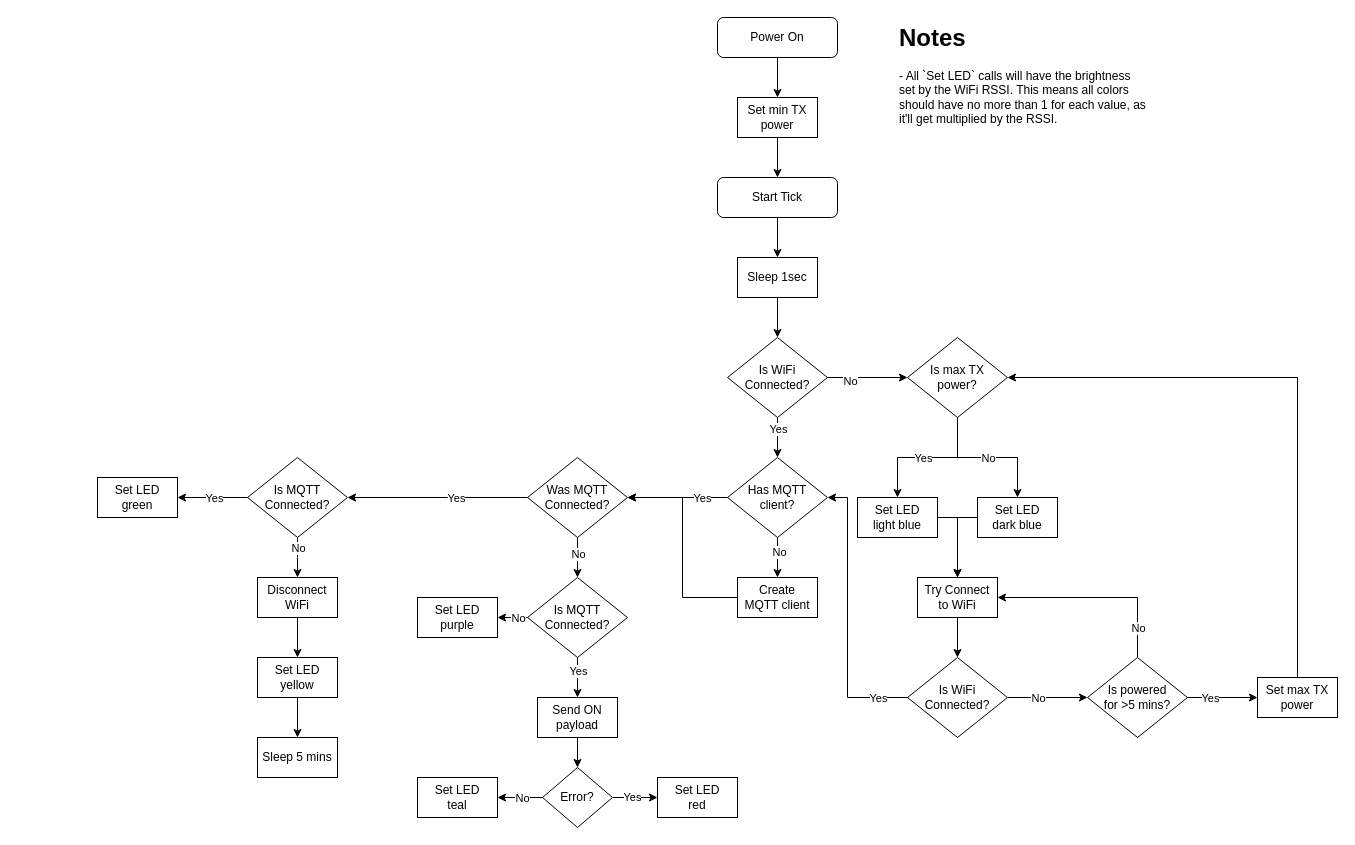
Above: flowchart.drawio in Insprill/esp32-presence (draw.io), before the change. Source tidied: cells renumbered, new cells numbered last; positions are measured from the earlier drawing's top-left corner, leaving out a move shared by most shapes. Both pictures are drawn from the tidied source at 100%, with x=0, y=0 at pixel (97, 17).
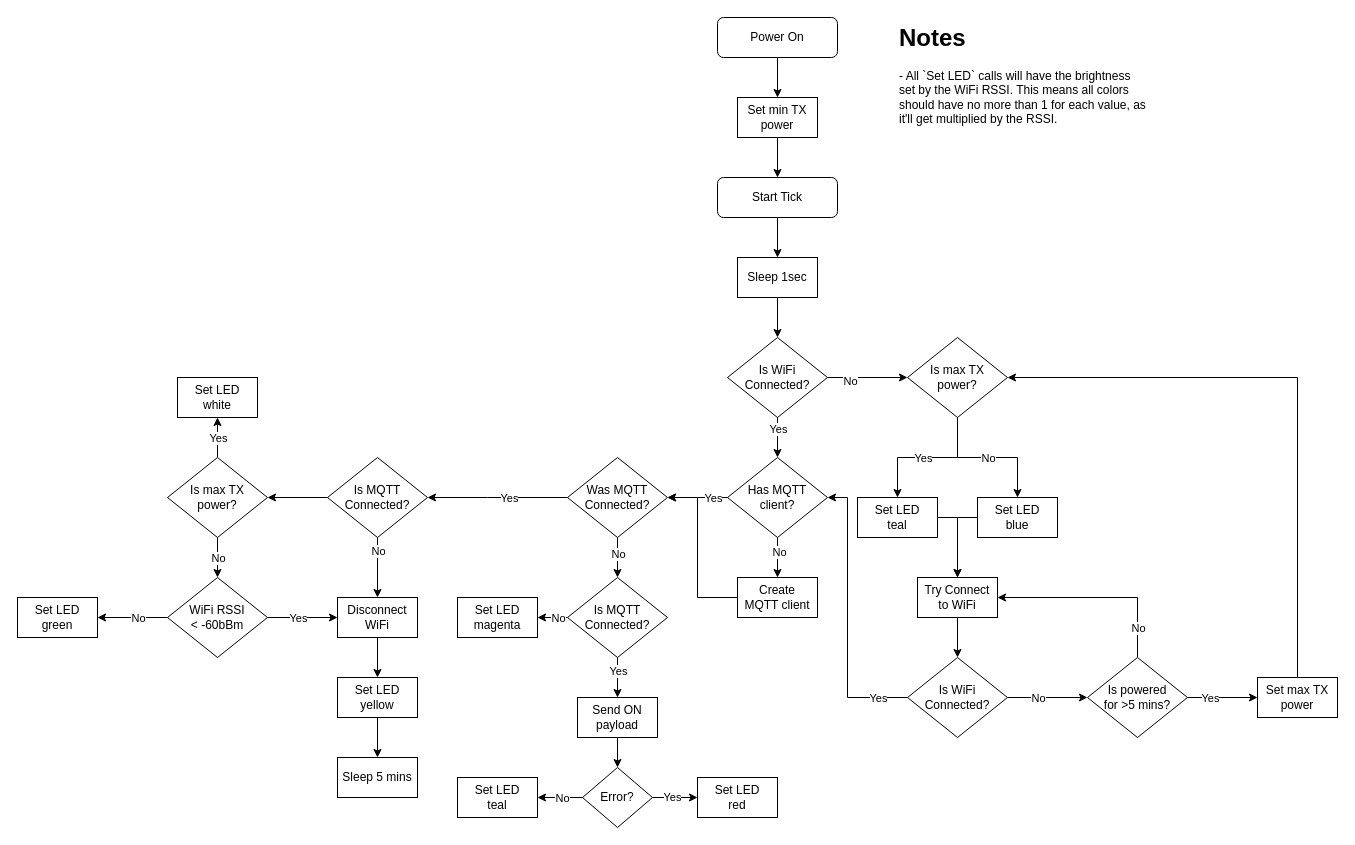
Above is the later version.

Commit message (it also covers changes not shown here):
Add option to disconnect under a certian RSSI

Unchanged cells that the change refers to:
```xml
<mxCell id="70" value="&lt;div&gt;Create&lt;/div&gt;&lt;div&gt;MQTT client&lt;br&gt;&lt;/div&gt;" style="rounded=0;whiteSpace=wrap;html=1;" parent="1" vertex="1">
  <mxGeometry x="640" y="560" width="80" height="40" as="geometry" />
</mxCell>
```

What changed in the source:
```diff
@@
     <mxCell id="25" style="edgeStyle=orthogonalEdgeStyle;rounded=0;jettySize=auto;html=1;exitX=0;exitY=0.5;exitDx=0;exitDy=0;entryX=1;entryY=0.5;entryDx=0;entryDy=0;" parent="1" edge="1" source="29" target="34">
       <mxGeometry relative="1" as="geometry">
         <Array as="points">
-          <mxPoint x="350" y="480" />
-          <mxPoint x="350" y="480" />
+          <mxPoint x="390" y="480" />
+          <mxPoint x="390" y="480" />
         </Array>
       </mxGeometry>
     </mxCell>
@@
     <mxCell id="29" value="&lt;div&gt;Was MQTT&lt;/div&gt;&lt;div&gt;Connected?&lt;br&gt;&lt;/div&gt;" style="rhombus;whiteSpace=wrap;html=1;" parent="1" vertex="1">
-      <mxGeometry x="430" y="440" width="100" height="80" as="geometry" />
+      <mxGeometry x="470" y="440" width="100" height="80" as="geometry" />
     </mxCell>
     <mxCell id="30" style="edgeStyle=orthogonalEdgeStyle;rounded=0;jettySize=auto;html=1;exitX=0.5;exitY=1;exitDx=0;exitDy=0;entryX=0.5;entryY=0;entryDx=0;entryDy=0;" parent="1" edge="1" source="34" target="36">
       <mxGeometry relative="1" as="geometry">
         <Array as="points">
-          <mxPoint x="200" y="540" />
-          <mxPoint x="200" y="540" />
+          <mxPoint x="280" y="540" />
+          <mxPoint x="280" y="540" />
         </Array>
       </mxGeometry>
     </mxCell>
@@
-    <mxCell id="32" style="edgeStyle=orthogonalEdgeStyle;rounded=0;jettySize=auto;html=1;exitX=0;exitY=0.5;exitDx=0;exitDy=0;entryX=1;entryY=0.5;entryDx=0;entryDy=0;" parent="1" edge="1" source="34" target="60">
-      <mxGeometry relative="1" as="geometry" />
-    </mxCell>
-    <mxCell id="33" value="Yes" style="edgeLabel;html=1;align=center;verticalAlign=middle;" parent="32" vertex="1">
-      <mxGeometry x="0.22" y="-1" relative="1" as="geometry">
-        <mxPoint x="9" y="1" as="offset" />
-      </mxGeometry>
-    </mxCell>
+    <mxCell id="77" style="edgeStyle=orthogonalEdgeStyle;rounded=0;jettySize=auto;html=1;exitX=0;exitY=0.5;exitDx=0;exitDy=0;entryX=1;entryY=0.5;entryDx=0;entryDy=0;" parent="1" edge="1" source="34" target="82">
+      <mxGeometry relative="1" as="geometry" />
+    </mxCell>
     <mxCell id="34" value="&lt;div&gt;Is MQTT&lt;/div&gt;&lt;div&gt;Connected?&lt;br&gt;&lt;/div&gt;" style="rhombus;whiteSpace=wrap;html=1;" parent="1" vertex="1">
-      <mxGeometry x="150" y="440" width="100" height="80" as="geometry" />
+      <mxGeometry x="230" y="440" width="100" height="80" as="geometry" />
     </mxCell>
@@
     <mxCell id="36" value="&lt;div&gt;Disconnect&lt;/div&gt;&lt;div&gt;WiFi&lt;br&gt;&lt;/div&gt;" style="rounded=0;whiteSpace=wrap;html=1;" parent="1" vertex="1">
-      <mxGeometry x="160" y="560" width="80" height="40" as="geometry" />
+      <mxGeometry x="240" y="580" width="80" height="40" as="geometry" />
     </mxCell>
     <mxCell id="37" value="Sleep 5 mins" style="rounded=0;whiteSpace=wrap;html=1;" parent="1" vertex="1">
-      <mxGeometry x="160" y="720" width="80" height="40" as="geometry" />
+      <mxGeometry x="240" y="740" width="80" height="40" as="geometry" />
     </mxCell>
@@
-    <mxCell id="48" value="&lt;div&gt;Set LED&lt;/div&gt;&lt;div&gt;dark blue&lt;br&gt;&lt;/div&gt;" style="rounded=0;whiteSpace=wrap;html=1;" parent="1" vertex="1">
+    <mxCell id="48" value="&lt;div&gt;Set LED&lt;/div&gt;&lt;div&gt;blue&lt;br&gt;&lt;/div&gt;" style="rounded=0;whiteSpace=wrap;html=1;" parent="1" vertex="1">
       <mxGeometry x="880" y="480" width="80" height="40" as="geometry" />
     </mxCell>
@@
-    <mxCell id="50" value="&lt;div&gt;Set LED&lt;/div&gt;&lt;div&gt;light blue&lt;br&gt;&lt;/div&gt;" style="rounded=0;whiteSpace=wrap;html=1;" parent="1" vertex="1">
+    <mxCell id="50" value="&lt;div&gt;Set LED&lt;/div&gt;&lt;div&gt;teal&lt;br&gt;&lt;/div&gt;" style="rounded=0;whiteSpace=wrap;html=1;" parent="1" vertex="1">
       <mxGeometry x="760" y="480" width="80" height="40" as="geometry" />
     </mxCell>
@@
     <mxCell id="52" value="&lt;div&gt;Send ON&lt;/div&gt;&lt;div&gt;payload&lt;br&gt;&lt;/div&gt;" style="rounded=0;whiteSpace=wrap;html=1;" parent="1" vertex="1">
-      <mxGeometry x="440" y="680" width="80" height="40" as="geometry" />
+      <mxGeometry x="480" y="680" width="80" height="40" as="geometry" />
     </mxCell>
@@
     <mxCell id="57" value="&lt;div&gt;Is MQTT&lt;/div&gt;&lt;div&gt;Connected?&lt;br&gt;&lt;/div&gt;" style="rhombus;whiteSpace=wrap;html=1;" parent="1" vertex="1">
-      <mxGeometry x="430" y="560" width="100" height="80" as="geometry" />
+      <mxGeometry x="470" y="560" width="100" height="80" as="geometry" />
     </mxCell>
-    <mxCell id="58" value="&lt;div&gt;Set LED&lt;/div&gt;&lt;div&gt;purple&lt;br&gt;&lt;/div&gt;" style="rounded=0;whiteSpace=wrap;html=1;" parent="1" vertex="1">
-      <mxGeometry x="320" y="580" width="80" height="40" as="geometry" />
+    <mxCell id="58" value="&lt;div&gt;Set LED&lt;/div&gt;&lt;div&gt;magenta&lt;br&gt;&lt;/div&gt;" style="rounded=0;whiteSpace=wrap;html=1;" parent="1" vertex="1">
+      <mxGeometry x="360" y="580" width="80" height="40" as="geometry" />
     </mxCell>
     <mxCell id="59" value="&lt;div&gt;Set LED&lt;/div&gt;&lt;div&gt;teal&lt;br&gt;&lt;/div&gt;" style="rounded=0;whiteSpace=wrap;html=1;" parent="1" vertex="1">
-      <mxGeometry x="320" y="760" width="80" height="40" as="geometry" />
+      <mxGeometry x="360" y="760" width="80" height="40" as="geometry" />
     </mxCell>
     <mxCell id="60" value="&lt;div&gt;Set LED&lt;/div&gt;&lt;div&gt;green&lt;br&gt;&lt;/div&gt;" style="rounded=0;whiteSpace=wrap;html=1;" parent="1" vertex="1">
-      <mxGeometry y="460" width="80" height="40" as="geometry" />
+      <mxGeometry x="-80" y="580" width="80" height="40" as="geometry" />
     </mxCell>
@@
     <mxCell id="62" value="&lt;div&gt;Set LED&lt;/div&gt;&lt;div&gt;yellow&lt;br&gt;&lt;/div&gt;" style="rounded=0;whiteSpace=wrap;html=1;" parent="1" vertex="1">
-      <mxGeometry x="160" y="640" width="80" height="40" as="geometry" />
+      <mxGeometry x="240" y="660" width="80" height="40" as="geometry" />
     </mxCell>
@@
-    <mxCell id="69" style="edgeStyle=orthogonalEdgeStyle;rounded=0;jettySize=auto;html=1;exitX=0;exitY=0.5;exitDx=0;exitDy=0;entryX=1;entryY=0.5;entryDx=0;entryDy=0;" parent="1" edge="1" source="70" target="29">
-      <mxGeometry relative="1" as="geometry" />
+    <mxCell id="69" style="edgeStyle=orthogonalEdgeStyle;rounded=0;jettySize=auto;html=1;exitX=0;exitY=0.5;exitDx=0;exitDy=0;entryX=1;entryY=0.5;entryDx=0;entryDy=0;" parent="1" edge="1" target="29">
+      <mxGeometry relative="1" as="geometry">
+        <mxPoint x="680" y="580" as="sourcePoint" />
+        <Array as="points">
+          <mxPoint x="600" y="580" />
+          <mxPoint x="600" y="480" />
+        </Array>
+      </mxGeometry>
     </mxCell>
@@
     <mxCell id="75" value="Error?" style="rhombus;whiteSpace=wrap;html=1;" parent="1" vertex="1">
-      <mxGeometry x="445" y="750" width="70" height="60" as="geometry" />
+      <mxGeometry x="485" y="750" width="70" height="60" as="geometry" />
     </mxCell>
     <mxCell id="76" value="&lt;div&gt;Set LED&lt;/div&gt;&lt;div&gt;red&lt;br&gt;&lt;/div&gt;" style="rounded=0;whiteSpace=wrap;html=1;" parent="1" vertex="1">
-      <mxGeometry x="560" y="760" width="80" height="40" as="geometry" />
+      <mxGeometry x="600" y="760" width="80" height="40" as="geometry" />
     </mxCell>
+    <mxCell id="78" style="edgeStyle=orthogonalEdgeStyle;rounded=0;jettySize=auto;html=1;exitX=0.5;exitY=0;exitDx=0;exitDy=0;entryX=0.5;entryY=1;entryDx=0;entryDy=0;" parent="1" edge="1" source="82" target="83">
+      <mxGeometry relative="1" as="geometry" />
+    </mxCell>
+    <mxCell id="79" value="Yes" style="edgeLabel;html=1;align=center;verticalAlign=middle;" parent="78" vertex="1">
+      <mxGeometry x="-0.04" y="1" relative="1" as="geometry">
+        <mxPoint x="1" y="-1" as="offset" />
+      </mxGeometry>
+    </mxCell>
+    <mxCell id="80" style="edgeStyle=orthogonalEdgeStyle;rounded=0;jettySize=auto;html=1;exitX=0.5;exitY=1;exitDx=0;exitDy=0;entryX=0.5;entryY=0;entryDx=0;entryDy=0;" parent="1" edge="1" source="82" target="88">
+      <mxGeometry relative="1" as="geometry" />
+    </mxCell>
+    <mxCell id="81" value="No" style="edgeLabel;html=1;align=center;verticalAlign=middle;" parent="80" vertex="1">
+      <mxGeometry x="0.05" relative="1" as="geometry">
+        <mxPoint y="-1" as="offset" />
+      </mxGeometry>
+    </mxCell>
+    <mxCell id="82" value="&lt;div&gt;Is max TX&lt;/div&gt;&lt;div&gt;power?&lt;br&gt;&lt;/div&gt;" style="rhombus;whiteSpace=wrap;html=1;" parent="1" vertex="1">
+      <mxGeometry x="70" y="440" width="100" height="80" as="geometry" />
+    </mxCell>
+    <mxCell id="83" value="&lt;div&gt;Set LED&lt;/div&gt;&lt;div&gt;white&lt;br&gt;&lt;/div&gt;" style="rounded=0;whiteSpace=wrap;html=1;" parent="1" vertex="1">
+      <mxGeometry x="80" y="360" width="80" height="40" as="geometry" />
+    </mxCell>
+    <mxCell id="84" style="edgeStyle=orthogonalEdgeStyle;rounded=0;jettySize=auto;html=1;exitX=1;exitY=0.5;exitDx=0;exitDy=0;entryX=0;entryY=0.5;entryDx=0;entryDy=0;" parent="1" edge="1" source="88" target="36">
+      <mxGeometry relative="1" as="geometry" />
+    </mxCell>
+    <mxCell id="85" value="Yes" style="edgeLabel;html=1;align=center;verticalAlign=middle;" parent="84" vertex="1">
+      <mxGeometry x="-0.73" relative="1" as="geometry">
+        <mxPoint x="21" as="offset" />
+      </mxGeometry>
+    </mxCell>
+    <mxCell id="86" style="edgeStyle=orthogonalEdgeStyle;rounded=0;jettySize=auto;html=1;exitX=0;exitY=0.5;exitDx=0;exitDy=0;entryX=1;entryY=0.5;entryDx=0;entryDy=0;" parent="1" edge="1" source="88" target="60">
+      <mxGeometry relative="1" as="geometry" />
+    </mxCell>
+    <mxCell id="87" value="No" style="edgeLabel;html=1;align=center;verticalAlign=middle;" parent="86" vertex="1">
+      <mxGeometry x="0.01" relative="1" as="geometry">
+        <mxPoint x="5" as="offset" />
+      </mxGeometry>
+    </mxCell>
+    <mxCell id="88" value="&lt;div&gt;WiFi RSSI&lt;/div&gt;&lt;div&gt;&amp;lt; -60bBm&lt;br&gt;&lt;/div&gt;" style="rhombus;whiteSpace=wrap;html=1;" parent="1" vertex="1">
+      <mxGeometry x="70" y="560" width="100" height="80" as="geometry" />
+    </mxCell>
```
